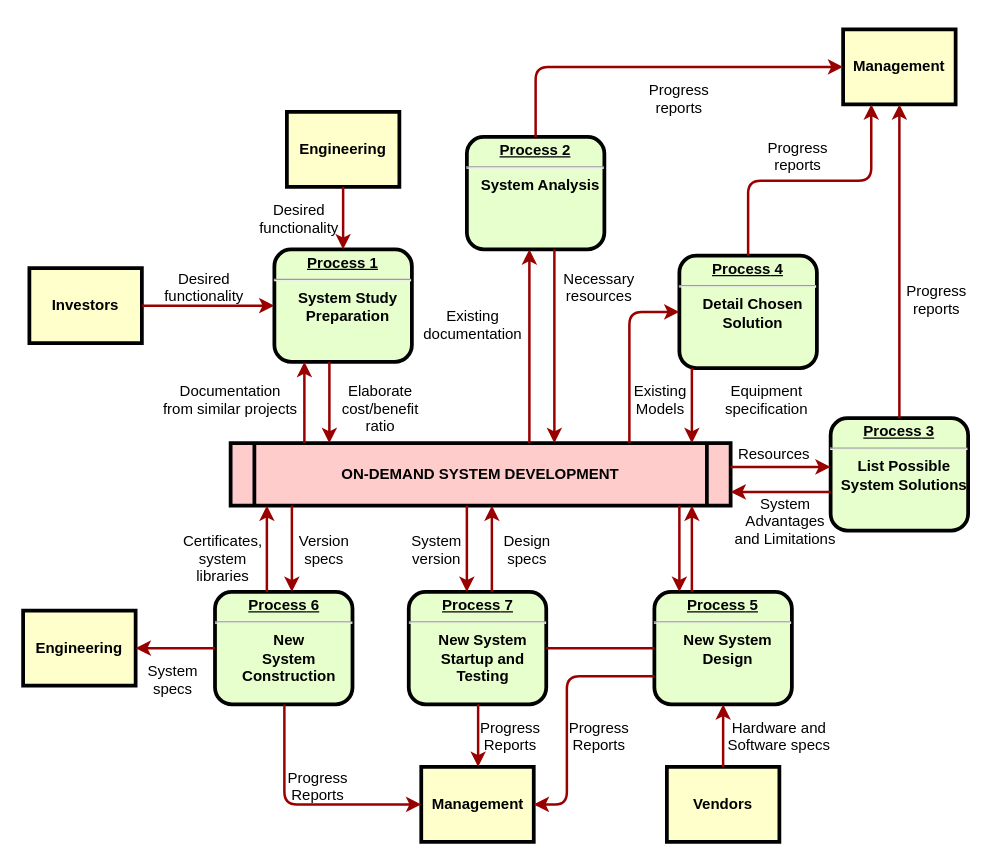
Earlier version of the draw.io diagram Flujo de infor.drawio (luisedchaf/Drawio). Source tidied: cells renumbered, new cells numbered last; positions are measured from the earlier drawing's top-left corner, leaving out a move shared by most shapes. Both pictures are drawn from the tidied source at 125%, with x=0, y=0 at pixel (22, 29).
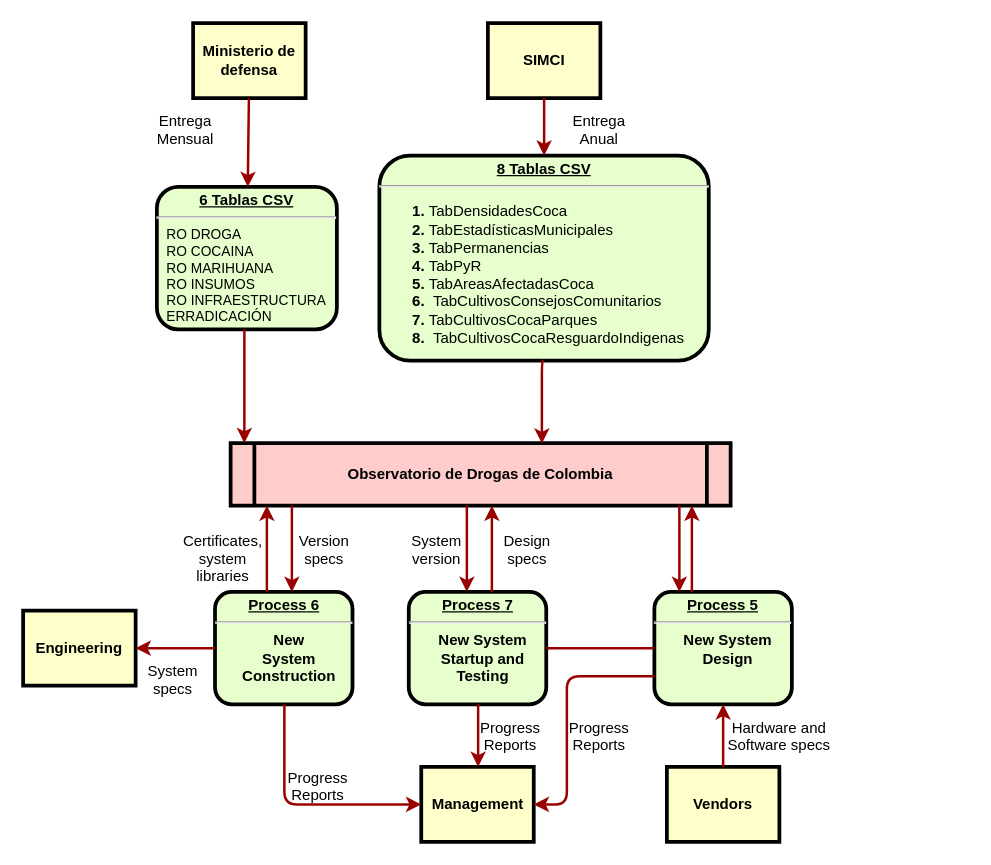
The same diagram, later.

What changed in the source:
```diff
@@
-    <mxCell id="2" value="&lt;p style=&quot;margin: 0px; margin-top: 4px; text-align: center; text-decoration: underline;&quot;&gt;&lt;strong&gt;Process 1&lt;br /&gt;&lt;/strong&gt;&lt;/p&gt;&lt;hr /&gt;&lt;p style=&quot;margin: 0px; margin-left: 8px;&quot;&gt;System Study&lt;/p&gt;&lt;p style=&quot;margin: 0px; margin-left: 8px;&quot;&gt;Preparation&lt;/p&gt;" style="verticalAlign=middle;align=center;overflow=fill;fontSize=12;fontFamily=Helvetica;html=1;rounded=1;fontStyle=1;strokeWidth=3;fillColor=#E6FFCC;" parent="1" vertex="1">
-      <mxGeometry x="201" y="176" width="110" height="90" as="geometry" />
+    <mxCell id="2" value="&lt;p style=&quot;margin: 0px; margin-top: 4px; text-align: center; text-decoration: underline;&quot;&gt;&lt;strong&gt;6 Tablas CSV&lt;/strong&gt;&lt;/p&gt;&lt;hr&gt;&lt;p style=&quot;text-align: left; margin: 0px 0px 0px 8px; font-size: 11px;&quot;&gt;&lt;font style=&quot;font-size: 11px; font-weight: normal;&quot;&gt;RO DROGA&lt;/font&gt;&lt;/p&gt;&lt;p style=&quot;text-align: left; margin: 0px 0px 0px 8px; font-size: 11px;&quot;&gt;&lt;font style=&quot;font-size: 11px; font-weight: normal;&quot;&gt;RO COCAINA&lt;/font&gt;&lt;/p&gt;&lt;p style=&quot;text-align: left; margin: 0px 0px 0px 8px; font-size: 11px;&quot;&gt;&lt;font style=&quot;font-size: 11px; font-weight: normal;&quot;&gt;RO MARIHUANA&lt;/font&gt;&lt;/p&gt;&lt;p style=&quot;text-align: left; margin: 0px 0px 0px 8px; font-size: 11px;&quot;&gt;&lt;font style=&quot;font-size: 11px; font-weight: normal;&quot;&gt;RO INSUMOS&lt;/font&gt;&lt;/p&gt;&lt;p style=&quot;text-align: left; margin: 0px 0px 0px 8px; font-size: 11px;&quot;&gt;&lt;font style=&quot;font-size: 11px; font-weight: normal;&quot;&gt;RO INFRAESTRUCTURA&amp;nbsp;&lt;/font&gt;&lt;/p&gt;&lt;p style=&quot;text-align: left; margin: 0px 0px 0px 8px; font-size: 11px;&quot;&gt;&lt;font style=&quot;font-size: 11px; font-weight: normal;&quot;&gt;ERRADICACIÓN&lt;/font&gt;&lt;/p&gt;" style="verticalAlign=middle;align=center;overflow=fill;fontSize=12;fontFamily=Helvetica;html=1;rounded=1;fontStyle=1;strokeWidth=3;fillColor=#E6FFCC;" parent="1" vertex="1">
+      <mxGeometry x="107" y="126" width="144" height="114" as="geometry" />
     </mxCell>
-    <mxCell id="3" value="Engineering" style="whiteSpace=wrap;align=center;verticalAlign=middle;fontStyle=1;strokeWidth=3;fillColor=#FFFFCC;" parent="1" vertex="1">
-      <mxGeometry x="211" y="66" width="90" height="60" as="geometry" />
-    </mxCell>
-    <mxCell id="4" value="Investors" style="whiteSpace=wrap;align=center;verticalAlign=middle;fontStyle=1;strokeWidth=3;fillColor=#FFFFCC;" parent="1" vertex="1">
-      <mxGeometry x="5" y="191" width="90" height="60" as="geometry" />
+    <mxCell id="4" value="Ministerio de defensa" style="whiteSpace=wrap;align=center;verticalAlign=middle;fontStyle=1;strokeWidth=3;fillColor=#FFFFCC;" parent="1" vertex="1">
+      <mxGeometry x="136" y="-5" width="90" height="60" as="geometry" />
     </mxCell>
-    <mxCell id="5" value="ON-DEMAND SYSTEM DEVELOPMENT" style="shape=process;whiteSpace=wrap;align=center;verticalAlign=middle;size=0.0475;fontStyle=1;strokeWidth=3;fillColor=#FFCCCC;" parent="1" vertex="1">
+    <mxCell id="5" value="Observatorio de Drogas de Colombia" style="shape=process;whiteSpace=wrap;align=center;verticalAlign=middle;size=0.0475;fontStyle=1;strokeWidth=3;fillColor=#FFCCCC;" parent="1" vertex="1">
       <mxGeometry x="166" y="331" width="400" height="50" as="geometry" />
     </mxCell>
-    <mxCell id="6" value="&lt;p style=&quot;margin: 0px; margin-top: 4px; text-align: center; text-decoration: underline;&quot;&gt;&lt;strong&gt;Process 2&lt;br /&gt;&lt;/strong&gt;&lt;/p&gt;&lt;hr /&gt;&lt;p style=&quot;margin: 0px; margin-left: 8px;&quot;&gt;System Analysis&lt;/p&gt;" style="verticalAlign=middle;align=center;overflow=fill;fontSize=12;fontFamily=Helvetica;html=1;rounded=1;fontStyle=1;strokeWidth=3;fillColor=#E6FFCC;" parent="1" vertex="1">
-      <mxGeometry x="355" y="86" width="110" height="90" as="geometry" />
-    </mxCell>
-    <mxCell id="7" value="&lt;p style=&quot;margin: 0px; margin-top: 4px; text-align: center; text-decoration: underline;&quot;&gt;&lt;strong&gt;&lt;strong&gt;Process&lt;/strong&gt; 3&lt;br /&gt;&lt;/strong&gt;&lt;/p&gt;&lt;hr /&gt;&lt;p style=&quot;margin: 0px; margin-left: 8px;&quot;&gt;List Possible&lt;/p&gt;&lt;p style=&quot;margin: 0px; margin-left: 8px;&quot;&gt;System Solutions&lt;/p&gt;" style="verticalAlign=middle;align=center;overflow=fill;fontSize=12;fontFamily=Helvetica;html=1;rounded=1;fontStyle=1;strokeWidth=3;fillColor=#E6FFCC;" parent="1" vertex="1">
-      <mxGeometry x="646" y="311" width="110" height="90" as="geometry" />
-    </mxCell>
-    <mxCell id="8" value="&lt;p style=&quot;margin: 0px; margin-top: 4px; text-align: center; text-decoration: underline;&quot;&gt;&lt;strong&gt;&lt;strong&gt;Process&lt;/strong&gt; 4&lt;br /&gt;&lt;/strong&gt;&lt;/p&gt;&lt;hr /&gt;&lt;p style=&quot;margin: 0px; margin-left: 8px;&quot;&gt;Detail Chosen&lt;/p&gt;&lt;p style=&quot;margin: 0px; margin-left: 8px;&quot;&gt;Solution&lt;/p&gt;" style="verticalAlign=middle;align=center;overflow=fill;fontSize=12;fontFamily=Helvetica;html=1;rounded=1;fontStyle=1;strokeWidth=3;fillColor=#E6FFCC;" parent="1" vertex="1">
-      <mxGeometry x="525" y="181" width="110" height="90" as="geometry" />
-    </mxCell>
@@
-    <mxCell id="11" value="Management" style="whiteSpace=wrap;align=center;verticalAlign=middle;fontStyle=1;strokeWidth=3;fillColor=#FFFFCC;" parent="1" vertex="1">
-      <mxGeometry x="656" width="90" height="60" as="geometry" />
-    </mxCell>
@@
-    <mxCell id="15" style="edgeStyle=none;noEdgeStyle=1;strokeColor=#990000;strokeWidth=2;" parent="1" edge="1" source="3" target="2">
-      <mxGeometry relative="1" as="geometry" />
-    </mxCell>
@@
-    <mxCell id="19" value="Desired &#10;functionality" style="text;spacingTop=-5;align=center;" parent="1" vertex="1">
-      <mxGeometry x="130" y="191" width="30" height="20" as="geometry" />
+    <mxCell id="19" value="Entrega&#10;Mensual" style="text;spacingTop=-5;align=center;" parent="1" vertex="1">
+      <mxGeometry x="115" y="65" width="30" height="20" as="geometry" />
     </mxCell>
-    <mxCell id="20" value="Desired &#10;functionality" style="text;spacingTop=-5;align=center;" parent="1" vertex="1">
-      <mxGeometry x="206" y="136" width="30" height="20" as="geometry" />
-    </mxCell>
-    <mxCell id="21" value="Documentation&#10;from similar projects" style="text;spacingTop=-5;align=center;" parent="1" vertex="1">
-      <mxGeometry x="151" y="281" width="30" height="20" as="geometry" />
-    </mxCell>
-    <mxCell id="22" style="edgeStyle=elbowEdgeStyle;elbow=horizontal;strokeColor=#990000;strokeWidth=2;" parent="1" edge="1" source="5" target="2">
-      <mxGeometry relative="1" as="geometry">
-        <Array as="points">
-          <mxPoint x="225" y="310" />
-        </Array>
-      </mxGeometry>
-    </mxCell>
-    <mxCell id="23" style="edgeStyle=elbowEdgeStyle;elbow=horizontal;strokeColor=#990000;strokeWidth=2;" parent="1" edge="1" source="2" target="5">
+    <mxCell id="23" style="edgeStyle=elbowEdgeStyle;elbow=horizontal;strokeColor=#990000;strokeWidth=2;" parent="1" edge="1" source="2">
       <mxGeometry relative="1" as="geometry">
+        <mxPoint x="177" y="331" as="targetPoint" />
         <Array as="points">
-          <mxPoint x="245" y="300" />
+          <mxPoint x="177" y="300" />
         </Array>
       </mxGeometry>
     </mxCell>
-    <mxCell id="24" value="Elaborate&#10;cost/benefit&#10;ratio" style="text;spacingTop=-5;align=center;" parent="1" vertex="1">
-      <mxGeometry x="271" y="281" width="30" height="20" as="geometry" />
-    </mxCell>
-    <mxCell id="25" style="edgeStyle=elbowEdgeStyle;elbow=horizontal;strokeColor=#990000;strokeWidth=2;" parent="1" edge="1" source="5" target="6">
-      <mxGeometry relative="1" as="geometry">
-        <Array as="points">
-          <mxPoint x="405" y="250" />
-        </Array>
-      </mxGeometry>
-    </mxCell>
-    <mxCell id="26" style="edgeStyle=elbowEdgeStyle;elbow=horizontal;strokeColor=#990000;strokeWidth=2;" parent="1" edge="1" source="6" target="5">
-      <mxGeometry relative="1" as="geometry">
-        <Array as="points">
-          <mxPoint x="425" y="260" />
-        </Array>
-      </mxGeometry>
-    </mxCell>
-    <mxCell id="27" value="Existing&#10;documentation" style="text;spacingTop=-5;align=center;" parent="1" vertex="1">
-      <mxGeometry x="345" y="221" width="30" height="20" as="geometry" />
-    </mxCell>
-    <mxCell id="28" value="Necessary&#10;resources" style="text;spacingTop=-5;align=center;" parent="1" vertex="1">
-      <mxGeometry x="446" y="191" width="30" height="20" as="geometry" />
-    </mxCell>
-    <mxCell id="29" value="Progress&#10;reports" style="text;spacingTop=-5;align=center;" parent="1" vertex="1">
-      <mxGeometry x="510" y="40" width="30" height="20" as="geometry" />
-    </mxCell>
-    <mxCell id="30" value="Progress&#10;reports" style="text;spacingTop=-5;align=center;" parent="1" vertex="1">
-      <mxGeometry x="605" y="86" width="30" height="20" as="geometry" />
-    </mxCell>
-    <mxCell id="31" value="Progress&#10;reports" style="text;spacingTop=-5;align=center;" parent="1" vertex="1">
-      <mxGeometry x="716" y="201" width="30" height="20" as="geometry" />
-    </mxCell>
-    <mxCell id="32" style="edgeStyle=elbowEdgeStyle;elbow=horizontal;strokeColor=#990000;strokeWidth=2;" parent="1" edge="1" source="6" target="11">
-      <mxGeometry relative="1" as="geometry">
-        <Array as="points">
-          <mxPoint x="410" y="80" />
-        </Array>
-      </mxGeometry>
-    </mxCell>
-    <mxCell id="33" style="edgeStyle=elbowEdgeStyle;elbow=vertical;entryX=0.25;entryY=1;strokeColor=#990000;strokeWidth=2;" parent="1" edge="1" source="8" target="11">
-      <mxGeometry relative="1" as="geometry" />
-    </mxCell>
-    <mxCell id="34" style="edgeStyle=elbowEdgeStyle;elbow=horizontal;strokeColor=#990000;strokeWidth=2;" parent="1" edge="1" source="7" target="11">
-      <mxGeometry relative="1" as="geometry" />
-    </mxCell>
-    <mxCell id="35" style="edgeStyle=elbowEdgeStyle;elbow=horizontal;strokeColor=#990000;strokeWidth=2;" parent="1" edge="1" source="8" target="5">
-      <mxGeometry relative="1" as="geometry">
-        <Array as="points">
-          <mxPoint x="535" y="300" />
-        </Array>
-      </mxGeometry>
-    </mxCell>
-    <mxCell id="36" style="edgeStyle=segmentEdgeStyle;strokeColor=#990000;strokeWidth=2;" parent="1" edge="1" source="5" target="8">
-      <mxGeometry relative="1" as="geometry">
-        <Array as="points">
-          <mxPoint x="485" y="226" />
-        </Array>
-      </mxGeometry>
-    </mxCell>
-    <mxCell id="37" value="Existing&#10;Models" style="text;spacingTop=-5;align=center;" parent="1" vertex="1">
-      <mxGeometry x="495" y="281" width="30" height="20" as="geometry" />
-    </mxCell>
-    <mxCell id="38" value="Equipment&#10;specification" style="text;spacingTop=-5;align=center;" parent="1" vertex="1">
-      <mxGeometry x="580" y="281" width="30" height="20" as="geometry" />
-    </mxCell>
-    <mxCell id="39" style="edgeStyle=elbowEdgeStyle;elbow=vertical;strokeColor=#990000;strokeWidth=2;" parent="1" edge="1" source="5" target="7">
-      <mxGeometry relative="1" as="geometry">
-        <Array as="points">
-          <mxPoint x="615" y="350" />
-        </Array>
-      </mxGeometry>
-    </mxCell>
-    <mxCell id="40" style="edgeStyle=elbowEdgeStyle;elbow=vertical;strokeColor=#990000;strokeWidth=2;" parent="1" edge="1" source="7" target="5">
-      <mxGeometry relative="1" as="geometry">
-        <Array as="points">
-          <mxPoint x="615" y="370" />
-        </Array>
-      </mxGeometry>
-    </mxCell>
-    <mxCell id="41" value="Resources" style="text;spacingTop=-5;align=center;" parent="1" vertex="1">
-      <mxGeometry x="586" y="331" width="30" height="20" as="geometry" />
-    </mxCell>
-    <mxCell id="42" value="System &#10;Advantages &#10;and Limitations" style="text;spacingTop=-5;align=center;" parent="1" vertex="1">
-      <mxGeometry x="595" y="371" width="30" height="20" as="geometry" />
-    </mxCell>
@@
+    <mxCell id="63" value="&lt;p style=&quot;margin: 4px 0px 0px; text-decoration: underline;&quot;&gt;&lt;strong style=&quot;&quot;&gt;&lt;font style=&quot;font-size: 12px;&quot;&gt;8 Tablas CSV&lt;/font&gt;&lt;/strong&gt;&lt;/p&gt;&lt;hr style=&quot;text-align: left;&quot;&gt;&lt;p style=&quot;margin: 0px 0px 0px 8px;&quot;&gt;&lt;/p&gt;&lt;ol style=&quot;&quot;&gt;&lt;li style=&quot;text-align: left;&quot;&gt;&lt;span style=&quot;font-weight: normal;&quot;&gt;&lt;font style=&quot;font-size: 12px;&quot;&gt;TabDensidadesCoca&lt;/font&gt;&lt;/span&gt;&lt;/li&gt;&lt;li style=&quot;text-align: left;&quot;&gt;&lt;font style=&quot;font-size: 12px;&quot;&gt;&lt;span style=&quot;font-weight: 400;&quot;&gt;TabEstadísticasMunici&lt;/span&gt;&lt;span style=&quot;font-weight: 400; background-color: initial;&quot;&gt;pales&lt;/span&gt;&lt;/font&gt;&lt;/li&gt;&lt;li style=&quot;text-align: left;&quot;&gt;&lt;span style=&quot;background-color: initial;&quot;&gt;&lt;span style=&quot;font-weight: 400;&quot;&gt;&lt;font style=&quot;font-size: 12px;&quot;&gt;TabPermanencias&lt;/font&gt;&lt;/span&gt;&lt;/span&gt;&lt;/li&gt;&lt;li style=&quot;text-align: left;&quot;&gt;&lt;span style=&quot;background-color: initial;&quot;&gt;&lt;span style=&quot;font-weight: 400;&quot;&gt;&lt;font style=&quot;font-size: 12px;&quot;&gt;TabPyR&lt;/font&gt;&lt;/span&gt;&lt;/span&gt;&lt;/li&gt;&lt;li style=&quot;text-align: left;&quot;&gt;&lt;font style=&quot;font-size: 12px;&quot;&gt;&lt;span style=&quot;font-weight: 400;&quot;&gt;TabAreasAfectadasCo&lt;/span&gt;&lt;span style=&quot;font-weight: 400; background-color: initial;&quot;&gt;ca&lt;/span&gt;&lt;/font&gt;&lt;/li&gt;&lt;li style=&quot;text-align: left;&quot;&gt;&lt;font style=&quot;font-size: 12px;&quot;&gt;&lt;span style=&quot;font-weight: 400;&quot;&gt;&amp;nbsp;TabCultivosConsejos&lt;/span&gt;&lt;span style=&quot;font-weight: 400; background-color: initial;&quot;&gt;Comunitarios&lt;/span&gt;&lt;/font&gt;&lt;/li&gt;&lt;li style=&quot;text-align: left;&quot;&gt;&lt;font style=&quot;font-size: 12px;&quot;&gt;&lt;span style=&quot;font-weight: 400;&quot;&gt;TabCultivosCocaParq&lt;/span&gt;&lt;span style=&quot;font-weight: 400; background-color: initial;&quot;&gt;ues&lt;/span&gt;&lt;/font&gt;&lt;/li&gt;&lt;li style=&quot;text-align: left;&quot;&gt;&lt;font style=&quot;font-size: 12px;&quot;&gt;&lt;span style=&quot;font-weight: 400;&quot;&gt;&amp;nbsp;TabCultivosCocaResg&lt;/span&gt;&lt;span style=&quot;font-weight: 400; background-color: initial;&quot;&gt;uardoIndigenas&lt;/span&gt;&lt;/font&gt;&lt;/li&gt;&lt;/ol&gt;&lt;p&gt;&lt;/p&gt;" style="verticalAlign=middle;align=center;overflow=fill;fontSize=12;fontFamily=Helvetica;html=1;rounded=1;fontStyle=1;strokeWidth=3;fillColor=#E6FFCC;" parent="1" vertex="1">
+      <mxGeometry x="285" y="101" width="263.5" height="164" as="geometry" />
+    </mxCell>
+    <mxCell id="64" value="SIMCI" style="whiteSpace=wrap;align=center;verticalAlign=middle;fontStyle=1;strokeWidth=3;fillColor=#FFFFCC;" parent="1" vertex="1">
+      <mxGeometry x="371.8" y="-5" width="90" height="60" as="geometry" />
+    </mxCell>
+    <mxCell id="65" style="edgeStyle=elbowEdgeStyle;elbow=horizontal;strokeColor=#990000;strokeWidth=2;exitX=0.5;exitY=1;exitDx=0;exitDy=0;" parent="1" edge="1" source="64" target="63">
+      <mxGeometry relative="1" as="geometry">
+        <Array as="points">
+          <mxPoint x="416.8" y="85" />
+        </Array>
+      </mxGeometry>
+    </mxCell>
+    <mxCell id="66" value="Entrega&#10;Anual" style="text;spacingTop=-5;align=center;" parent="1" vertex="1">
+      <mxGeometry x="446" y="65" width="30" height="20" as="geometry" />
+    </mxCell>
+    <mxCell id="67" style="edgeStyle=elbowEdgeStyle;elbow=horizontal;strokeColor=#990000;strokeWidth=2;exitX=0.5;exitY=1;exitDx=0;exitDy=0;entryX=0.622;entryY=0.007;entryDx=0;entryDy=0;entryPerimeter=0;" parent="1" edge="1" source="63" target="5">
+      <mxGeometry relative="1" as="geometry">
+        <Array as="points">
+          <mxPoint x="415" y="300" />
+        </Array>
+      </mxGeometry>
+    </mxCell>
```
